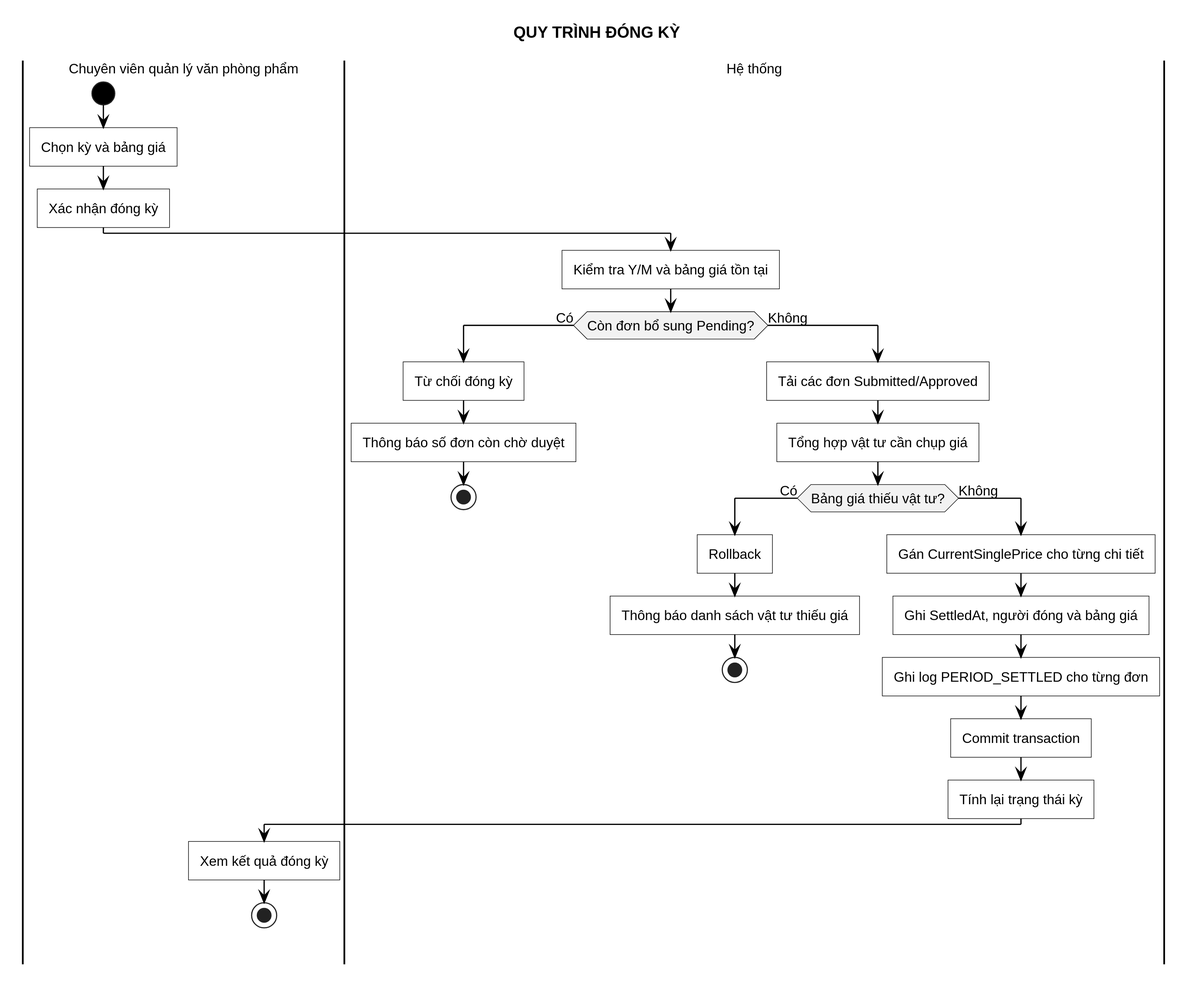
This is LVTN/diagrams/ch03/activity-settle-period.svg from Miikey24s/gtas_vpp, a PlantUML export, as it was before one commit.
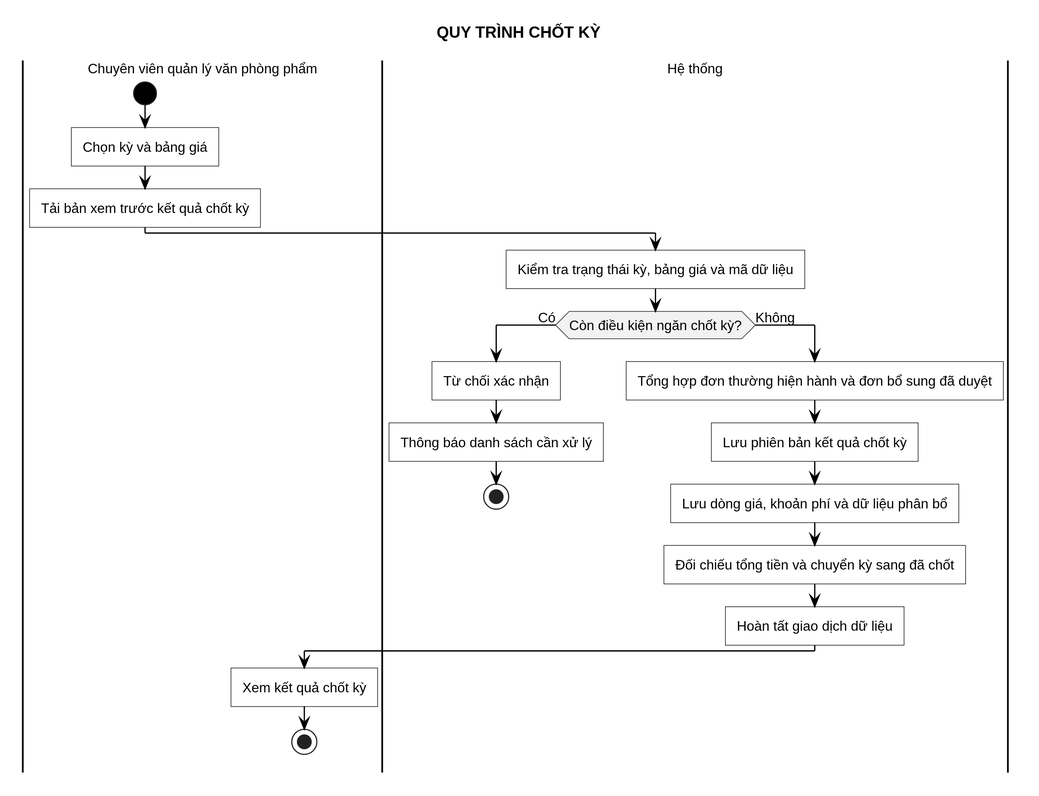
The same file after the commit.

Change to the diagram source:
```diff
@@ -1,33 +1,25 @@
 @startuml
 !include ../common/activity-style.puml
-title QUY TRÌNH ĐÓNG KỲ
+title QUY TRÌNH CHỐT KỲ
 
 |Chuyên viên quản lý văn phòng phẩm|
 start
 :Chọn kỳ và bảng giá;
-:Xác nhận đóng kỳ;
+:Tải bản xem trước kết quả chốt kỳ;
 |Hệ thống|
-:Kiểm tra Y/M và bảng giá tồn tại;
-if (Còn đơn bổ sung Pending?) then (Có)
-  :Từ chối đóng kỳ;
-  :Thông báo số đơn còn chờ duyệt;
+:Kiểm tra trạng thái kỳ, bảng giá và mã dữ liệu;
+if (Còn điều kiện ngăn chốt kỳ?) then (Có)
+  :Từ chối xác nhận;
+  :Thông báo danh sách cần xử lý;
   stop
 else (Không)
-  :Tải các đơn Submitted/Approved;
-  :Tổng hợp vật tư cần chụp giá;
-  if (Bảng giá thiếu vật tư?) then (Có)
-    :Rollback;
-    :Thông báo danh sách vật tư thiếu giá;
-    stop
-  else (Không)
-    :Gán CurrentSinglePrice cho từng chi tiết;
-    :Ghi SettledAt, người đóng và bảng giá;
-    :Ghi log PERIOD_SETTLED cho từng đơn;
-    :Commit transaction;
-    :Tính lại trạng thái kỳ;
-    |Chuyên viên quản lý văn phòng phẩm|
-    :Xem kết quả đóng kỳ;
-    stop
-  endif
+  :Tổng hợp đơn thường hiện hành và đơn bổ sung đã duyệt;
+  :Lưu phiên bản kết quả chốt kỳ;
+  :Lưu dòng giá, khoản phí và dữ liệu phân bổ;
+  :Đối chiếu tổng tiền và chuyển kỳ sang đã chốt;
+  :Hoàn tất giao dịch dữ liệu;
+  |Chuyên viên quản lý văn phòng phẩm|
+  :Xem kết quả chốt kỳ;
+  stop
 endif
 @enduml
```
